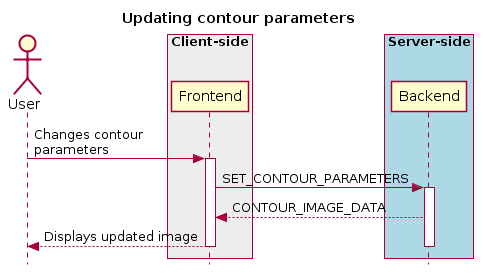
The PlantUML diagram docs/images/image5.png in CARTAvis/carta-protobuf, before a commit. Its diagram source:
```plantuml
@startuml
skinparam style strictuml
hide footbox
title Updating contour parameters

actor User
box "Client-side" #EDEDED
        participant Frontend
end box

box "Server-side" #lightblue
	participant Backend
end box
User -> Frontend: Changes contour\nparameters
activate Frontend
Frontend -> Backend : SET_CONTOUR_PARAMETERS
activate Backend
Frontend <-- Backend : CONTOUR_IMAGE_DATA
User <-- Frontend: Displays updated image
deactivate Backend
deactivate Frontend
@enduml
```
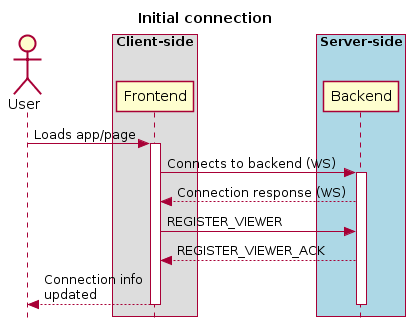
Above is the later version.

Diff of the diagram source:
```diff
@@ -1,22 +1,24 @@
 @startuml
 skinparam style strictuml
 hide footbox
-title Updating contour parameters
+title Initial connection
 
 actor User
-box "Client-side" #EDEDED
-        participant Frontend
+box "Client-side"
+participant Frontend
 end box
 
 box "Server-side" #lightblue
-	participant Backend
+participant Backend
 end box
-User -> Frontend: Changes contour\nparameters
+User -> Frontend : Loads app/page
 activate Frontend
-Frontend -> Backend : SET_CONTOUR_PARAMETERS
+Frontend -> Backend : Connects to backend (WS)
 activate Backend
-Frontend <-- Backend : CONTOUR_IMAGE_DATA
-User <-- Frontend: Displays updated image
+Frontend <-- Backend : Connection response (WS)
+Frontend -> Backend : REGISTER_VIEWER
+Frontend <-- Backend : REGISTER_VIEWER_ACK
+User <-- Frontend : Connection info\nupdated
+deactivate Frontend
 deactivate Backend
-deactivate Frontend
 @enduml
```
